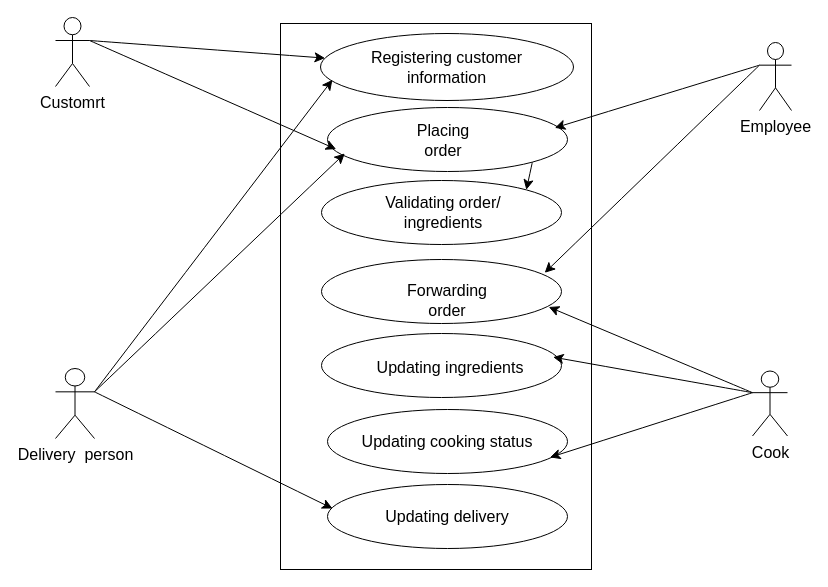
Above: Untitled Diagram.drawio in saileesgm/system-analysis (draw.io), before the change. Source tidied: cells renumbered, new cells numbered last; positions are measured from the earlier drawing's top-left corner, leaving out a move shared by most shapes. Both pictures are drawn from the tidied source at 100%, with x=0, y=0 at pixel (55, 17).
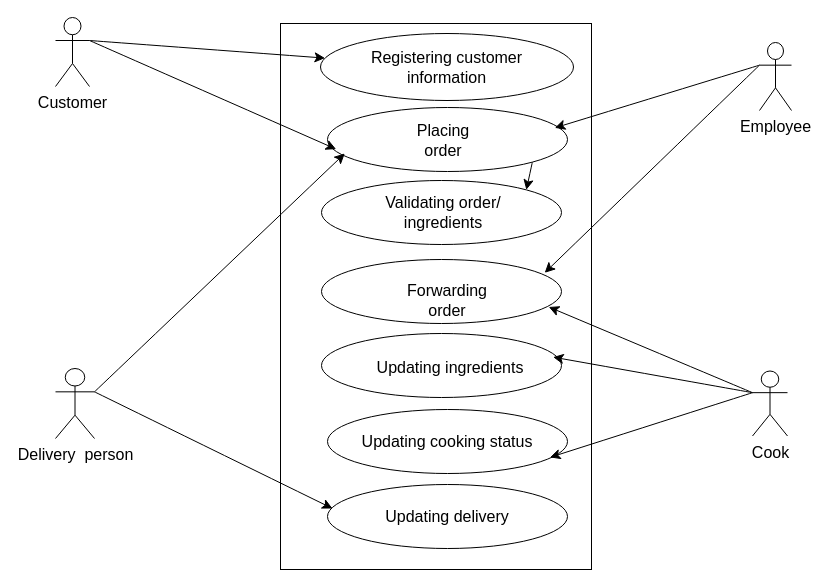
After the change.

The change refers to these unchanged cells:
```xml
<mxCell id="4" value="Delivery&amp;nbsp; person" style="shape=umlActor;verticalLabelPosition=bottom;verticalAlign=top;html=1;outlineConnect=0;fontSize=16;" parent="1" vertex="1">
  <mxGeometry y="351" width="39" height="70" as="geometry" />
</mxCell>
<mxCell id="7" value="Registering customer &lt;br&gt;information" style="ellipse;whiteSpace=wrap;html=1;fontSize=16;" parent="1" vertex="1">
  <mxGeometry x="265" y="16" width="253" height="67" as="geometry" />
</mxCell>
```

Diff of the diagram source:
```diff
@@
-    <mxCell id="2" value="Customrt" style="shape=umlActor;verticalLabelPosition=bottom;verticalAlign=top;html=1;outlineConnect=0;fontSize=16;rotation=0;" parent="1" vertex="1">
+    <mxCell id="2" value="Customer" style="shape=umlActor;verticalLabelPosition=bottom;verticalAlign=top;html=1;outlineConnect=0;fontSize=16;rotation=0;" parent="1" vertex="1">
       <mxGeometry width="34" height="69" as="geometry" />
     </mxCell>
@@
-    <mxCell id="24" style="edgeStyle=none;curved=1;rounded=0;jettySize=auto;html=1;exitX=1;exitY=0.3333333333333333;exitDx=0;exitDy=0;exitPerimeter=0;entryX=0.047;entryY=0.691;entryDx=0;entryDy=0;entryPerimeter=0;fontSize=12;startSize=8;endSize=8;" parent="1" edge="1" source="4" target="7">
-      <mxGeometry relative="1" as="geometry" />
-    </mxCell>
```
